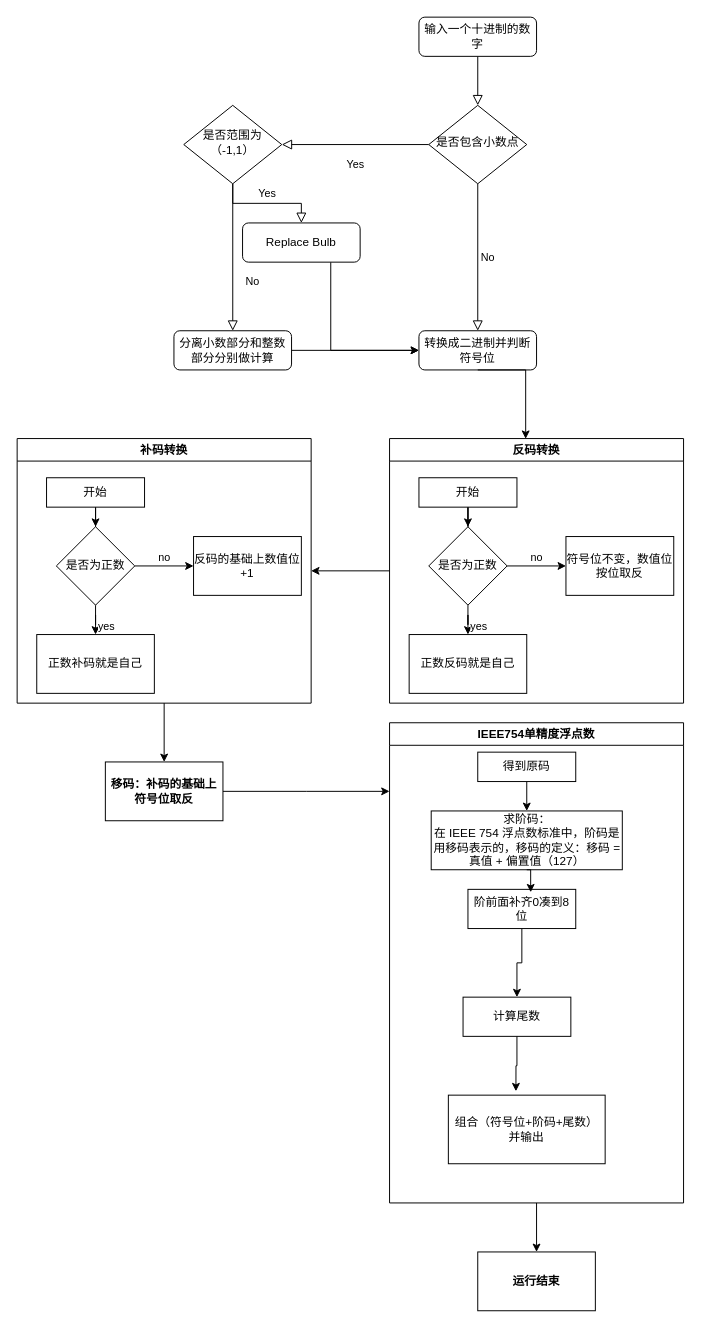
Before: 未命名绘图.drawio in guoyitao/imgBASE, a draw.io diagram. Source tidied: cells renumbered, new cells numbered last; positions are measured from the earlier drawing's top-left corner, leaving out a move shared by most shapes. Both pictures are drawn from the tidied source at 98%, with x=0, y=0 at pixel (17, 17).
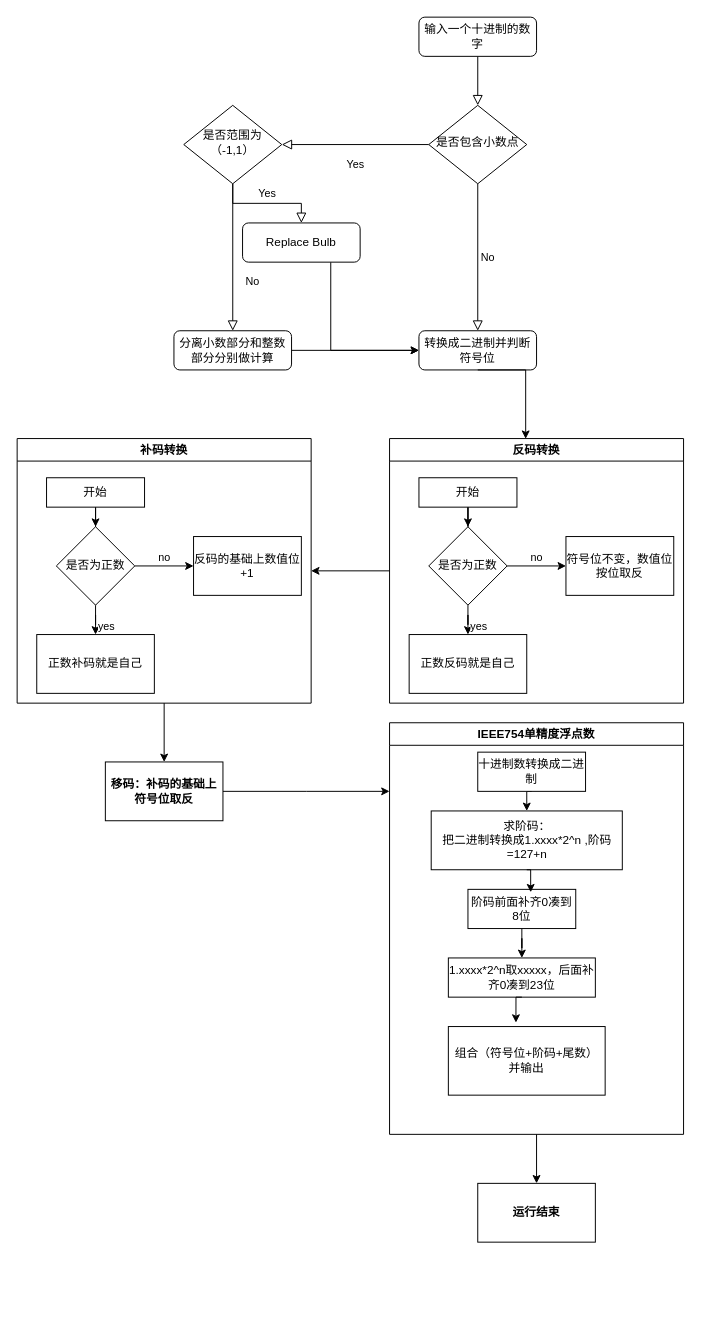
The same diagram, later.

Commit message:
更新未命名绘图.drawio

Diff of the diagram source:
```diff
@@
     <mxCell id="41" value="IEEE754单精度浮点数" style="swimlane;whiteSpace=wrap;html=1;" parent="1" vertex="1">
-      <mxGeometry x="380" y="720" width="300" height="490" as="geometry" />
+      <mxGeometry x="380" y="720" width="300" height="420" as="geometry" />
     </mxCell>
@@
-    <mxCell id="43" value="得到原码" style="rounded=0;whiteSpace=wrap;html=1;" parent="41" vertex="1">
-      <mxGeometry x="90" y="30" width="100" height="30" as="geometry" />
+    <mxCell id="43" value="十进制数转换成二进制" style="rounded=0;whiteSpace=wrap;html=1;" parent="41" vertex="1">
+      <mxGeometry x="90" y="30" width="110" height="40" as="geometry" />
     </mxCell>
-    <mxCell id="44" value="求阶码：&lt;br&gt;在 IEEE 754 浮点数标准中，阶码是用移码表示的，移码的定义：移码 = 真值 + 偏置值（127）" style="rounded=0;whiteSpace=wrap;html=1;" parent="41" vertex="1">
+    <mxCell id="44" value="求阶码：&lt;br&gt;把二进制转换成1.xxxx*2^n ,阶码=127+n" style="rounded=0;whiteSpace=wrap;html=1;" parent="41" vertex="1">
       <mxGeometry x="42.5" y="90" width="195" height="60" as="geometry" />
     </mxCell>
@@
-    <mxCell id="46" value="阶前面补齐0凑到8位" style="rounded=0;whiteSpace=wrap;html=1;" parent="41" vertex="1">
+    <mxCell id="46" value="阶码前面补齐0凑到8位" style="rounded=0;whiteSpace=wrap;html=1;" parent="41" vertex="1">
       <mxGeometry x="80" y="170" width="110" height="40" as="geometry" />
     </mxCell>
-    <mxCell id="47" value="计算尾数" style="rounded=0;whiteSpace=wrap;html=1;" parent="41" vertex="1">
-      <mxGeometry x="75" y="280" width="110" height="40" as="geometry" />
+    <mxCell id="47" value="1.xxxx*2^n取xxxxx，后面补齐0凑到23位" style="rounded=0;whiteSpace=wrap;html=1;" parent="41" vertex="1">
+      <mxGeometry x="60" y="240" width="150" height="40" as="geometry" />
     </mxCell>
     <mxCell id="48" value="组合（符号位+阶码+尾数） 并输出" style="rounded=0;whiteSpace=wrap;html=1;" parent="41" vertex="1">
-      <mxGeometry x="60" y="380" width="160" height="70" as="geometry" />
+      <mxGeometry x="60" y="310" width="160" height="70" as="geometry" />
     </mxCell>
@@
     <mxCell id="51" value="运行结束" style="whiteSpace=wrap;html=1;fontStyle=1;startSize=23;" parent="1" vertex="1">
-      <mxGeometry x="470" y="1260" width="120" height="60" as="geometry" />
+      <mxGeometry x="470" y="1190" width="120" height="60" as="geometry" />
     </mxCell>
```
